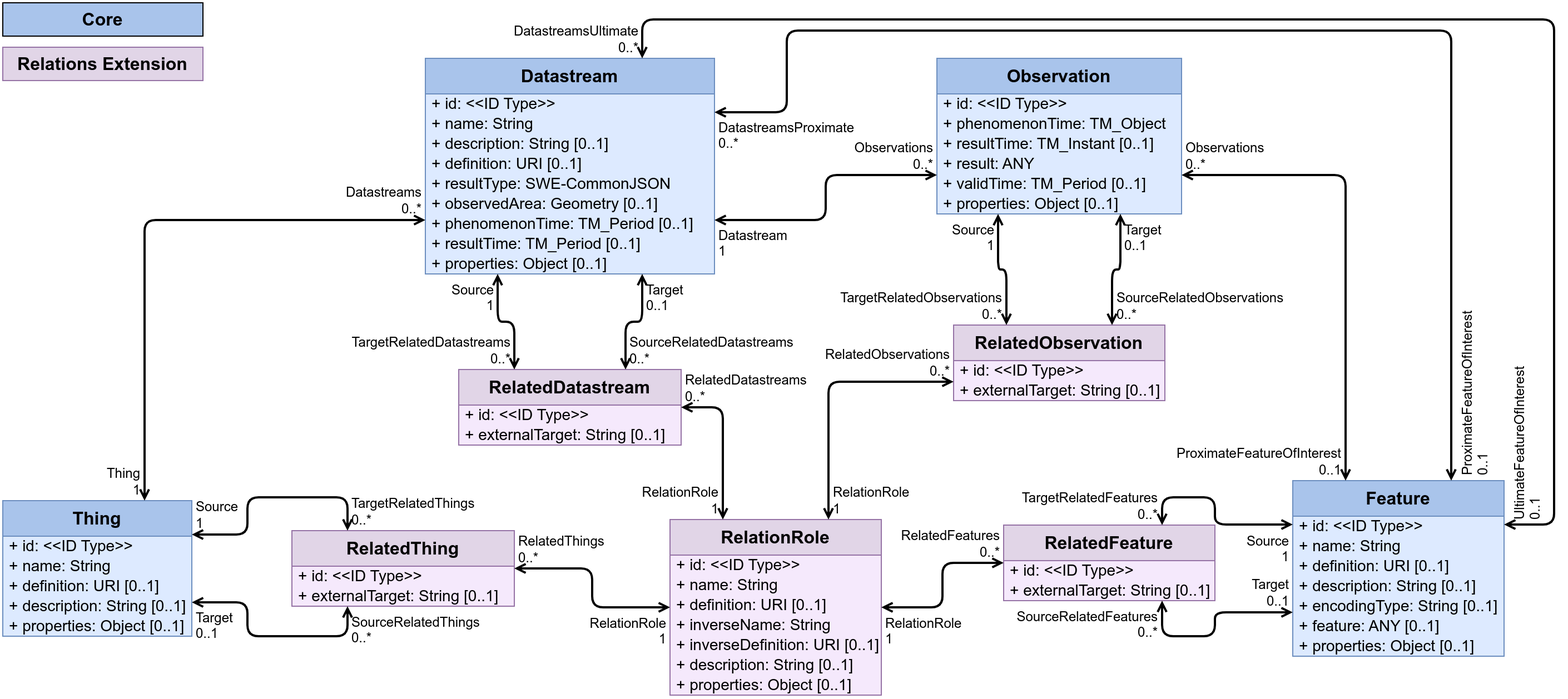
Above: figures/Datamodel-SensorThingsApi-V2-Relations.drawio.png in opengeospatial/sensorthings (draw.io), before the change. Source tidied: cells renumbered, new cells last; positions are measured from the earlier drawing's top-left corner, leaving out a move shared by most shapes.
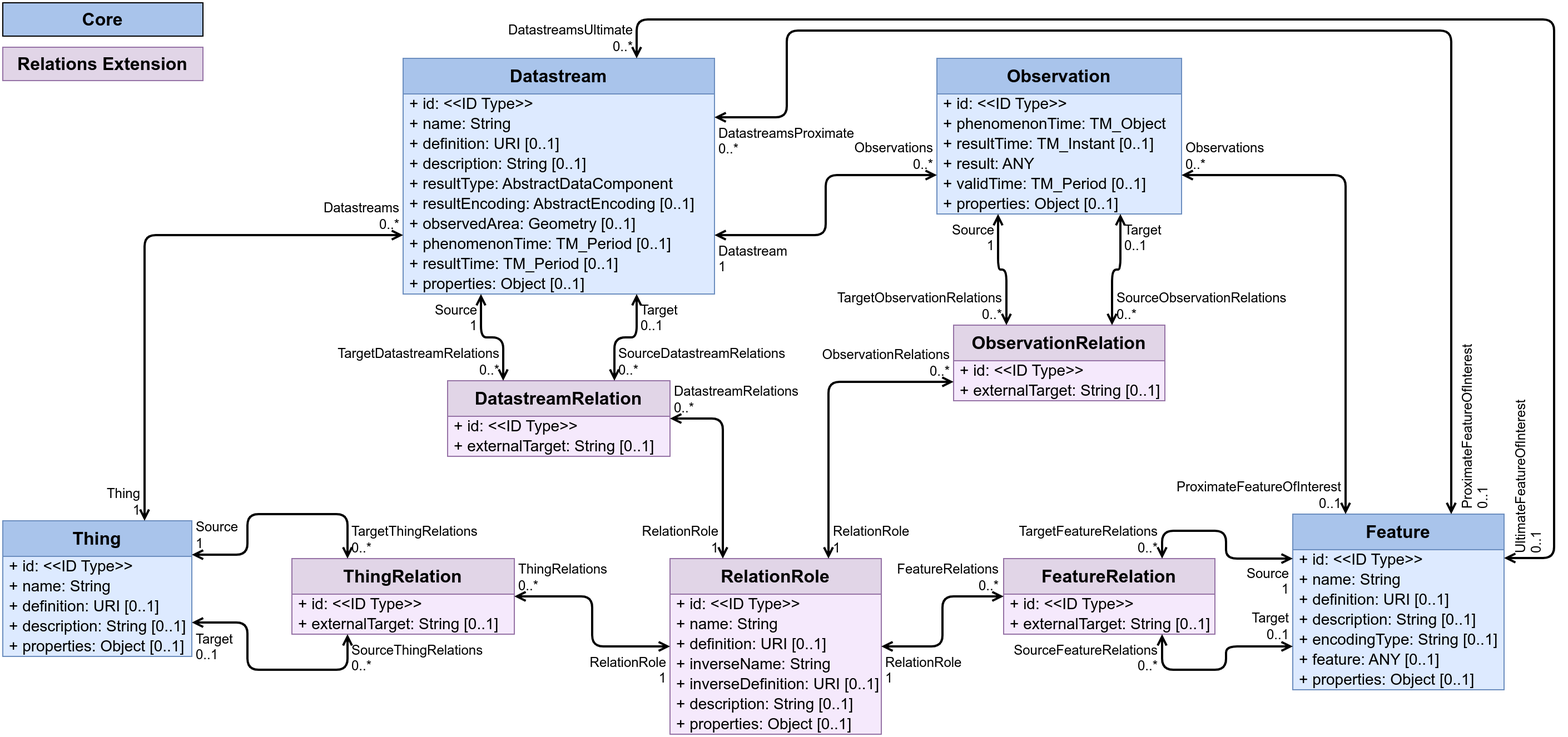
Above is the later version.

Commit message:
Updated image with new names for Relation Extension

The edit, as a diff of the source:
```diff
@@ -5,33 +5,36 @@
     <mxCell id="2" value="Datastream" style="swimlane;fontStyle=1;horizontal=1;startSize=32;fontSize=16;whiteSpace=wrap;html=1;fillColor=#A9C4EB;strokeColor=#6c8ebf;swimlaneFillColor=#DDEAFF;verticalAlign=top;" parent="1" vertex="1">
-      <mxGeometry x="380" y="50" width="260" height="194" as="geometry" />
+      <mxGeometry x="360" y="50" width="280" height="212" as="geometry" />
     </mxCell>
     <mxCell id="3" value="+ id: &amp;lt;&amp;lt;ID Type&amp;gt;&amp;gt;" style="text;strokeColor=none;fillColor=none;align=left;verticalAlign=middle;spacingLeft=4;spacingRight=4;overflow=visible;html=1;fontSize=14;" parent="2" vertex="1">
-      <mxGeometry y="32" width="260" height="18" as="geometry" />
+      <mxGeometry y="32" width="280" height="18" as="geometry" />
     </mxCell>
     <mxCell id="4" value="+ name: String" style="text;strokeColor=none;fillColor=none;align=left;verticalAlign=middle;spacingLeft=4;spacingRight=4;overflow=visible;html=1;fontSize=14;" parent="2" vertex="1">
-      <mxGeometry y="50" width="260" height="18" as="geometry" />
+      <mxGeometry y="50" width="280" height="18" as="geometry" />
     </mxCell>
+    <mxCell id="6" value="+ definition: URI&amp;nbsp;[0..1]" style="text;strokeColor=none;fillColor=none;align=left;verticalAlign=middle;spacingLeft=4;spacingRight=4;overflow=visible;html=1;fontSize=14;" parent="2" vertex="1">
+      <mxGeometry y="68" width="280" height="18" as="geometry" />
+    </mxCell>
     <mxCell id="5" value="+ description: String&amp;nbsp;[0..1]" style="text;strokeColor=none;fillColor=none;align=left;verticalAlign=middle;spacingLeft=4;spacingRight=4;overflow=visible;html=1;fontSize=14;" parent="2" vertex="1">
-      <mxGeometry y="68" width="260" height="18" as="geometry" />
+      <mxGeometry y="86" width="280" height="18" as="geometry" />
     </mxCell>
-    <mxCell id="6" value="+ definition: URI&amp;nbsp;[0..1]" style="text;strokeColor=none;fillColor=none;align=left;verticalAlign=middle;spacingLeft=4;spacingRight=4;overflow=visible;html=1;fontSize=14;" parent="2" vertex="1">
-      <mxGeometry y="86" width="260" height="18" as="geometry" />
-    </mxCell>
-    <mxCell id="7" value="+ resultType: SWE-CommonJSON" style="text;strokeColor=none;fillColor=none;align=left;verticalAlign=middle;spacingLeft=4;spacingRight=4;overflow=visible;html=1;fontSize=14;" parent="2" vertex="1">
-      <mxGeometry y="104" width="260" height="18" as="geometry" />
+    <mxCell id="7" value="+ resultType: AbstractDataComponent" style="text;strokeColor=none;fillColor=none;align=left;verticalAlign=middle;spacingLeft=4;spacingRight=4;overflow=visible;html=1;fontSize=14;" parent="2" vertex="1">
+      <mxGeometry y="104" width="280" height="18" as="geometry" />
     </mxCell>
+    <mxCell id="106" value="+ resultEncoding: AbstractEncoding [0..1]" style="text;strokeColor=none;fillColor=none;align=left;verticalAlign=middle;spacingLeft=4;spacingRight=4;overflow=visible;html=1;fontSize=14;" parent="2" vertex="1">
+      <mxGeometry y="122" width="280" height="18" as="geometry" />
+    </mxCell>
     <mxCell id="8" value="+ observedArea: Geometry&amp;nbsp;[0..1]" style="text;strokeColor=none;fillColor=none;align=left;verticalAlign=middle;spacingLeft=4;spacingRight=4;overflow=visible;html=1;fontSize=14;" parent="2" vertex="1">
-      <mxGeometry y="122" width="260" height="18" as="geometry" />
+      <mxGeometry y="140" width="280" height="18" as="geometry" />
     </mxCell>
     <mxCell id="9" value="+ phenomenonTime:&amp;nbsp;TM_Period&amp;nbsp;[0..1]" style="text;strokeColor=none;fillColor=none;align=left;verticalAlign=middle;spacingLeft=4;spacingRight=4;overflow=visible;html=1;fontSize=14;" parent="2" vertex="1">
-      <mxGeometry y="140" width="260" height="18" as="geometry" />
+      <mxGeometry y="158" width="280" height="18" as="geometry" />
     </mxCell>
     <mxCell id="10" value="+ resultTime:&amp;nbsp;TM_Period&amp;nbsp;[0..1]" style="text;strokeColor=none;fillColor=none;align=left;verticalAlign=middle;spacingLeft=4;spacingRight=4;overflow=visible;html=1;fontSize=14;" parent="2" vertex="1">
-      <mxGeometry y="158" width="260" height="18" as="geometry" />
+      <mxGeometry y="176" width="280" height="18" as="geometry" />
     </mxCell>
     <mxCell id="11" value="+ properties: Object&amp;nbsp;[0..1]" style="text;strokeColor=none;fillColor=none;align=left;verticalAlign=middle;spacingLeft=4;spacingRight=4;overflow=visible;html=1;fontSize=14;" parent="2" vertex="1">
-      <mxGeometry y="176" width="260" height="18" as="geometry" />
+      <mxGeometry y="194" width="280" height="18" as="geometry" />
     </mxCell>
     <mxCell id="12" value="Feature" style="swimlane;fontStyle=1;horizontal=1;startSize=32;fontSize=16;whiteSpace=wrap;html=1;fillColor=#A9C4EB;strokeColor=#6c8ebf;swimlaneFillColor=#DDEAFF;verticalAlign=top;" parent="1" vertex="1">
-      <mxGeometry x="1160" y="430" width="190" height="158" as="geometry" />
+      <mxGeometry x="1160" y="460" width="190" height="158" as="geometry" />
     </mxCell>
@@ -61,5 +64,5 @@
         <Array as="points">
-          <mxPoint x="1303" y="25" />
+          <mxPoint x="1302" y="25" />
           <mxPoint x="705" y="25" />
-          <mxPoint x="705" y="98" />
+          <mxPoint x="705" y="103" />
         </Array>
@@ -112,4 +115,4 @@
     </mxCell>
-    <mxCell id="36" value="RelatedDatastream" style="swimlane;fontStyle=1;horizontal=1;startSize=32;fontSize=16;whiteSpace=wrap;html=1;fillColor=#e1d5e7;strokeColor=#9673a6;swimlaneFillColor=#F5E9FC;" parent="1" vertex="1">
-      <mxGeometry x="410" y="330" width="200" height="68" as="geometry" />
+    <mxCell id="36" value="DatastreamRelation" style="swimlane;fontStyle=1;horizontal=1;startSize=32;fontSize=16;whiteSpace=wrap;html=1;fillColor=#e1d5e7;strokeColor=#9673a6;swimlaneFillColor=#F5E9FC;" parent="1" vertex="1">
+      <mxGeometry x="400" y="340" width="200" height="68" as="geometry" />
     </mxCell>
@@ -124,3 +127,3 @@
     </mxCell>
-    <mxCell id="40" value="TargetRelatedDatastreams&lt;br&gt;0..*" style="edgeLabel;html=1;align=right;verticalAlign=bottom;labelBackgroundColor=none;fontSize=12;spacingLeft=1;spacing=3;spacingRight=2;" parent="39" vertex="1">
+    <mxCell id="40" value="TargetDatastreamRelations&lt;br&gt;0..*" style="edgeLabel;html=1;align=right;verticalAlign=bottom;labelBackgroundColor=none;fontSize=12;spacingLeft=1;spacing=3;spacingRight=2;" parent="39" vertex="1">
       <mxGeometry x="-1" relative="1" as="geometry" />
@@ -133,3 +136,3 @@
     </mxCell>
-    <mxCell id="43" value="SourceRelatedDatastreams&lt;br&gt;0..*" style="edgeLabel;html=1;align=left;verticalAlign=bottom;labelBackgroundColor=none;fontSize=12;spacingLeft=1;spacing=3;spacingRight=2;" parent="42" vertex="1">
+    <mxCell id="43" value="SourceDatastreamRelations&lt;br&gt;0..*" style="edgeLabel;html=1;align=left;verticalAlign=bottom;labelBackgroundColor=none;fontSize=12;spacingLeft=1;spacing=3;spacingRight=2;" parent="42" vertex="1">
       <mxGeometry x="-1" relative="1" as="geometry" />
@@ -139,4 +142,4 @@
     </mxCell>
-    <mxCell id="45" value="RelatedFeature" style="swimlane;fontStyle=1;horizontal=1;startSize=32;fontSize=16;whiteSpace=wrap;html=1;fillColor=#e1d5e7;strokeColor=#9673a6;swimlaneFillColor=#F5E9FC;" parent="1" vertex="1">
-      <mxGeometry x="900" y="470" width="190" height="68" as="geometry" />
+    <mxCell id="45" value="FeatureRelation" style="swimlane;fontStyle=1;horizontal=1;startSize=32;fontSize=16;whiteSpace=wrap;html=1;fillColor=#e1d5e7;strokeColor=#9673a6;swimlaneFillColor=#F5E9FC;" parent="1" vertex="1">
+      <mxGeometry x="900" y="500" width="190" height="68" as="geometry" />
     </mxCell>
@@ -151,5 +154,6 @@
         <Array as="points">
-          <mxPoint x="1043" y="445" />
-          <mxPoint x="1090" y="445" />
-          <mxPoint x="1090" y="470" />
+          <mxPoint x="1042" y="475" />
+          <mxPoint x="1100" y="475" />
+          <mxPoint x="1100" y="500" />
+          <mxPoint x="1160" y="500" />
         </Array>
@@ -157,3 +161,3 @@
     </mxCell>
-    <mxCell id="49" value="TargetRelatedFeatures&lt;br&gt;0..*" style="edgeLabel;html=1;align=right;verticalAlign=bottom;labelBackgroundColor=none;fontSize=12;spacingLeft=1;spacing=3;spacingRight=2;" parent="48" vertex="1">
+    <mxCell id="49" value="TargetFeatureRelations&lt;br&gt;0..*" style="edgeLabel;html=1;align=right;verticalAlign=bottom;labelBackgroundColor=none;fontSize=12;spacingLeft=1;spacing=3;spacingRight=2;" parent="48" vertex="1">
       <mxGeometry x="-1" relative="1" as="geometry" />
@@ -166,5 +170,6 @@
         <Array as="points">
-          <mxPoint x="1043" y="570" />
-          <mxPoint x="1090" y="570" />
-          <mxPoint x="1090" y="549" />
+          <mxPoint x="1042" y="600" />
+          <mxPoint x="1100" y="600" />
+          <mxPoint x="1100" y="579" />
+          <mxPoint x="1160" y="579" />
         </Array>
@@ -172,3 +177,3 @@
     </mxCell>
-    <mxCell id="52" value="SourceRelatedFeatures&lt;br&gt;0..*" style="edgeLabel;html=1;align=right;verticalAlign=top;labelBackgroundColor=none;fontSize=12;spacingLeft=1;spacing=3;spacingRight=2;" parent="51" vertex="1">
+    <mxCell id="52" value="SourceFeatureRelations&lt;br&gt;0..*" style="edgeLabel;html=1;align=right;verticalAlign=top;labelBackgroundColor=none;fontSize=12;spacingLeft=1;spacing=3;spacingRight=2;" parent="51" vertex="1">
       <mxGeometry x="-1" relative="1" as="geometry" />
@@ -178,3 +183,3 @@
     </mxCell>
-    <mxCell id="54" value="RelatedObservation" style="swimlane;fontStyle=1;horizontal=1;startSize=32;fontSize=16;whiteSpace=wrap;html=1;fillColor=#e1d5e7;strokeColor=#9673a6;swimlaneFillColor=#F5E9FC;" parent="1" vertex="1">
+    <mxCell id="54" value="ObservationRelation" style="swimlane;fontStyle=1;horizontal=1;startSize=32;fontSize=16;whiteSpace=wrap;html=1;fillColor=#e1d5e7;strokeColor=#9673a6;swimlaneFillColor=#F5E9FC;" parent="1" vertex="1">
       <mxGeometry x="855" y="290" width="190" height="68" as="geometry" />
@@ -190,3 +195,3 @@
     </mxCell>
-    <mxCell id="58" value="TargetRelatedObservations&lt;br&gt;0..*" style="edgeLabel;html=1;align=right;verticalAlign=bottom;labelBackgroundColor=none;fontSize=12;spacingLeft=1;spacing=3;spacingRight=2;" parent="57" vertex="1">
+    <mxCell id="58" value="TargetObservationRelations&lt;br&gt;0..*" style="edgeLabel;html=1;align=right;verticalAlign=bottom;labelBackgroundColor=none;fontSize=12;spacingLeft=1;spacing=3;spacingRight=2;" parent="57" vertex="1">
       <mxGeometry x="-1" relative="1" as="geometry" />
@@ -199,3 +204,3 @@
     </mxCell>
-    <mxCell id="61" value="SourceRelatedObservations&lt;br&gt;0..*" style="edgeLabel;html=1;align=left;verticalAlign=bottom;labelBackgroundColor=none;fontSize=12;spacingLeft=1;spacing=3;spacingRight=2;" parent="60" vertex="1">
+    <mxCell id="61" value="SourceObservationRelations&lt;br&gt;0..*" style="edgeLabel;html=1;align=left;verticalAlign=bottom;labelBackgroundColor=none;fontSize=12;spacingLeft=1;spacing=3;spacingRight=2;" parent="60" vertex="1">
       <mxGeometry x="-1" relative="1" as="geometry" />
@@ -205,4 +210,4 @@
     </mxCell>
-    <mxCell id="63" value="RelatedThing" style="swimlane;fontStyle=1;horizontal=1;startSize=32;fontSize=16;whiteSpace=wrap;html=1;fillColor=#e1d5e7;strokeColor=#9673a6;swimlaneFillColor=#F5E9FC;" parent="1" vertex="1">
-      <mxGeometry x="260" y="475" width="200" height="68" as="geometry" />
+    <mxCell id="63" value="ThingRelation" style="swimlane;fontStyle=1;horizontal=1;startSize=32;fontSize=16;whiteSpace=wrap;html=1;fillColor=#e1d5e7;strokeColor=#9673a6;swimlaneFillColor=#F5E9FC;" parent="1" vertex="1">
+      <mxGeometry x="260" y="500" width="200" height="68" as="geometry" />
     </mxCell>
@@ -215,3 +220,3 @@
     <mxCell id="66" value="RelationRole" style="swimlane;fontStyle=1;horizontal=1;startSize=32;fontSize=16;whiteSpace=wrap;html=1;fillColor=#e1d5e7;strokeColor=#9673a6;swimlaneFillColor=#F5E9FC;" parent="1" vertex="1">
-      <mxGeometry x="600" y="465" width="190" height="158" as="geometry" />
+      <mxGeometry x="600" y="500" width="190" height="158" as="geometry" />
     </mxCell>
@@ -244,3 +249,3 @@
     </mxCell>
-    <mxCell id="76" value="RelatedDatastreams&lt;br&gt;0..*" style="edgeLabel;html=1;align=left;verticalAlign=bottom;labelBackgroundColor=none;fontSize=12;spacingLeft=1;spacing=3;spacingRight=2;" parent="74" vertex="1">
+    <mxCell id="76" value="DatastreamRelations&lt;br&gt;0..*" style="edgeLabel;html=1;align=left;verticalAlign=bottom;labelBackgroundColor=none;fontSize=12;spacingLeft=1;spacing=3;spacingRight=2;" parent="74" vertex="1">
       <mxGeometry x="1" relative="1" as="geometry" />
@@ -253,3 +258,3 @@
     </mxCell>
-    <mxCell id="79" value="RelatedFeatures&lt;br&gt;0..*" style="edgeLabel;html=1;align=right;verticalAlign=bottom;labelBackgroundColor=none;fontSize=12;spacingLeft=1;spacing=3;spacingRight=2;" parent="77" vertex="1">
+    <mxCell id="79" value="FeatureRelations&lt;br&gt;0..*" style="edgeLabel;html=1;align=right;verticalAlign=bottom;labelBackgroundColor=none;fontSize=12;spacingLeft=1;spacing=3;spacingRight=2;" parent="77" vertex="1">
       <mxGeometry x="1" relative="1" as="geometry" />
@@ -262,3 +267,3 @@
     </mxCell>
-    <mxCell id="82" value="RelatedObservations&lt;br&gt;0..*" style="edgeLabel;html=1;align=right;verticalAlign=bottom;labelBackgroundColor=none;fontSize=12;spacingLeft=1;spacing=3;spacingRight=2;" parent="80" vertex="1">
+    <mxCell id="82" value="ObservationRelations&lt;br&gt;0..*" style="edgeLabel;html=1;align=right;verticalAlign=bottom;labelBackgroundColor=none;fontSize=12;spacingLeft=1;spacing=3;spacingRight=2;" parent="80" vertex="1">
       <mxGeometry x="1" relative="1" as="geometry" />
@@ -271,3 +276,3 @@
     </mxCell>
-    <mxCell id="85" value="RelatedThings&lt;br&gt;0..*" style="edgeLabel;html=1;align=left;verticalAlign=bottom;labelBackgroundColor=none;fontSize=12;spacingLeft=1;spacing=3;spacingRight=2;" parent="83" vertex="1">
+    <mxCell id="85" value="ThingRelations&lt;br&gt;0..*" style="edgeLabel;html=1;align=left;verticalAlign=bottom;labelBackgroundColor=none;fontSize=12;spacingLeft=1;spacing=3;spacingRight=2;" parent="83" vertex="1">
       <mxGeometry x="1" relative="1" as="geometry" />
@@ -275,3 +280,3 @@
     <mxCell id="86" value="Thing" style="swimlane;fontStyle=1;horizontal=1;startSize=32;fontSize=16;whiteSpace=wrap;html=1;fillColor=#A9C4EB;strokeColor=#6c8ebf;swimlaneFillColor=#DDEAFF;verticalAlign=top;" parent="1" vertex="1">
-      <mxGeometry y="448" width="170" height="122" as="geometry" />
+      <mxGeometry y="466" width="170" height="122" as="geometry" />
     </mxCell>
@@ -295,5 +300,5 @@
         <Array as="points">
-          <mxPoint x="220" y="539" />
-          <mxPoint x="220" y="570" />
-          <mxPoint x="310" y="570" />
+          <mxPoint x="220" y="557" />
+          <mxPoint x="220" y="600" />
+          <mxPoint x="310" y="600" />
         </Array>
@@ -304,3 +309,3 @@
     </mxCell>
-    <mxCell id="94" value="SourceRelatedThings&lt;br&gt;0..*" style="edgeLabel;html=1;align=left;verticalAlign=top;labelBackgroundColor=none;fontSize=12;spacingLeft=1;spacing=3;spacingRight=2;" parent="92" vertex="1">
+    <mxCell id="94" value="SourceThingRelations&lt;br&gt;0..*" style="edgeLabel;html=1;align=left;verticalAlign=top;labelBackgroundColor=none;fontSize=12;spacingLeft=1;spacing=3;spacingRight=2;" parent="92" vertex="1">
       <mxGeometry x="1" relative="1" as="geometry" />
@@ -310,5 +315,5 @@
         <Array as="points">
-          <mxPoint x="220" y="479" />
-          <mxPoint x="220" y="445" />
-          <mxPoint x="310" y="445" />
+          <mxPoint x="220" y="497" />
+          <mxPoint x="220" y="460" />
+          <mxPoint x="310" y="460" />
         </Array>
@@ -319,3 +324,3 @@
     </mxCell>
-    <mxCell id="97" value="TargetRelatedThings&lt;br&gt;0..*" style="edgeLabel;html=1;align=left;verticalAlign=bottom;labelBackgroundColor=none;fontSize=12;spacingLeft=1;spacing=3;spacingRight=2;" parent="95" vertex="1">
+    <mxCell id="97" value="TargetThingRelations&lt;br&gt;0..*" style="edgeLabel;html=1;align=left;verticalAlign=bottom;labelBackgroundColor=none;fontSize=12;spacingLeft=1;spacing=3;spacingRight=2;" parent="95" vertex="1">
       <mxGeometry x="1" relative="1" as="geometry" />
@@ -340,5 +345,5 @@
         <Array as="points">
-          <mxPoint x="1395" y="470" />
+          <mxPoint x="1395" y="499" />
           <mxPoint x="1395" y="15" />
-          <mxPoint x="575" y="15" />
+          <mxPoint x="570" y="15" />
         </Array>
```
